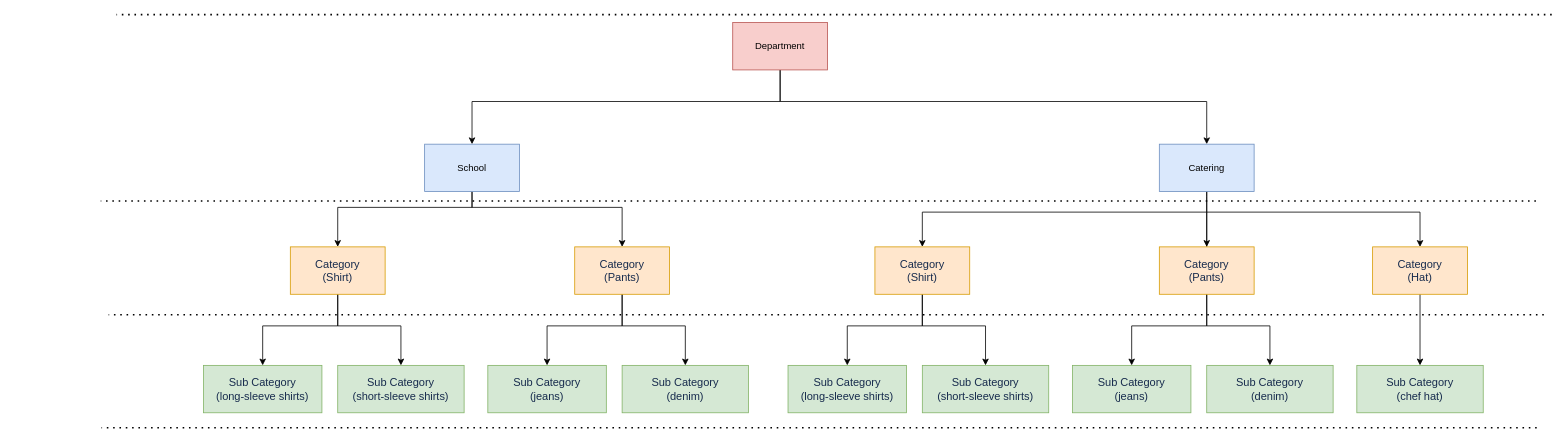
explooosion/diagrams keeps this draw.io diagram as Department_Cat_Sub.drawio. Above is the earlier version. Source tidied: cells renumbered, new cells numbered last; positions are measured from the earlier drawing's top-left corner, leaving out a move shared by most shapes. Both pictures are drawn from the tidied source at 79%, with x=0, y=0 at pixel (100, 14).
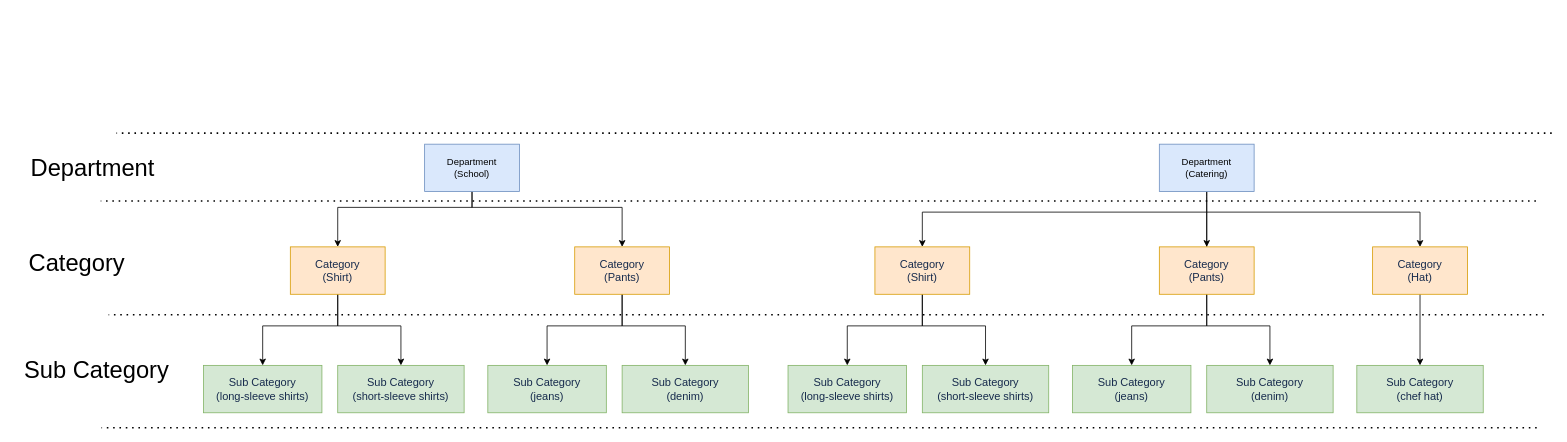
The same diagram, later.

The edit, as a diff of the source:
```diff
@@
-    <mxCell id="4" value="School" style="rounded=0;whiteSpace=wrap;html=1;fillColor=#dae8fc;strokeColor=#6c8ebf;" parent="1" vertex="1">
+    <mxCell id="4" value="Department&lt;br&gt;(School)" style="rounded=0;whiteSpace=wrap;html=1;fillColor=#dae8fc;strokeColor=#6c8ebf;" parent="1" vertex="1">
       <mxGeometry x="410" y="164" width="120" height="60" as="geometry" />
     </mxCell>
@@
-    <mxCell id="15" style="edgeStyle=orthogonalEdgeStyle;rounded=0;jettySize=auto;html=1;" parent="1" edge="1" source="17" target="4">
-      <mxGeometry relative="1" as="geometry">
-        <Array as="points">
-          <mxPoint x="860" y="110" />
-          <mxPoint x="470" y="110" />
-        </Array>
-      </mxGeometry>
-    </mxCell>
-    <mxCell id="16" style="edgeStyle=orthogonalEdgeStyle;rounded=0;jettySize=auto;html=1;" parent="1" edge="1" source="17" target="21">
-      <mxGeometry relative="1" as="geometry">
-        <Array as="points">
-          <mxPoint x="860" y="110" />
-          <mxPoint x="1400" y="110" />
-        </Array>
-      </mxGeometry>
-    </mxCell>
-    <mxCell id="17" value="Department" style="rounded=0;whiteSpace=wrap;html=1;fillColor=#f8cecc;strokeColor=#b85450;" parent="1" vertex="1">
-      <mxGeometry x="800" y="10" width="120" height="60" as="geometry" />
-    </mxCell>
@@
-    <mxCell id="21" value="Catering" style="rounded=0;whiteSpace=wrap;html=1;fillColor=#dae8fc;strokeColor=#6c8ebf;" parent="1" vertex="1">
+    <mxCell id="21" value="Department&lt;br&gt;(Catering)" style="rounded=0;whiteSpace=wrap;html=1;fillColor=#dae8fc;strokeColor=#6c8ebf;" parent="1" vertex="1">
       <mxGeometry x="1340" y="164" width="120" height="60" as="geometry" />
     </mxCell>
@@
     <mxCell id="36" style="endArrow=none;dashed=1;html=1;dashPattern=1 3;strokeWidth=2;" parent="1" edge="1">
       <mxGeometry relative="1" as="geometry">
-        <mxPoint x="1836.7" as="sourcePoint" />
-        <mxPoint x="20" as="targetPoint" />
+        <mxPoint x="1836.7" y="150" as="sourcePoint" />
+        <mxPoint x="20" y="150" as="targetPoint" />
       </mxGeometry>
     </mxCell>
@@
+    <mxCell id="17" value="&lt;font style=&quot;font-size: 30px&quot;&gt;Department&lt;/font&gt;" style="text;html=1;strokeColor=none;fillColor=none;align=center;verticalAlign=middle;whiteSpace=wrap;rounded=0;" parent="1" vertex="1">
+      <mxGeometry x="-50" y="174" width="80" height="40" as="geometry" />
+    </mxCell>
+    <mxCell id="39" value="&lt;font style=&quot;font-size: 30px&quot;&gt;Category&lt;/font&gt;" style="text;html=1;strokeColor=none;fillColor=none;align=center;verticalAlign=middle;whiteSpace=wrap;rounded=0;" parent="1" vertex="1">
+      <mxGeometry x="-70" y="294" width="80" height="40" as="geometry" />
+    </mxCell>
+    <mxCell id="40" value="&lt;font style=&quot;font-size: 30px&quot;&gt;Sub Category&lt;/font&gt;" style="text;html=1;strokeColor=none;fillColor=none;align=center;verticalAlign=middle;whiteSpace=wrap;rounded=0;" parent="1" vertex="1">
+      <mxGeometry x="-110" y="430" width="210" height="40" as="geometry" />
+    </mxCell>
```
